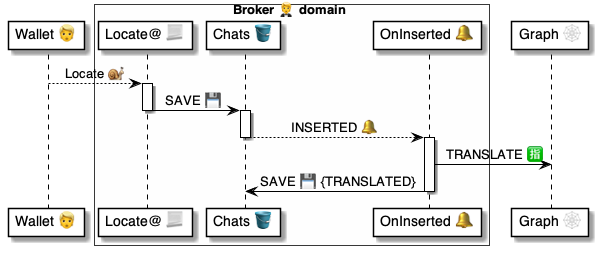
Above: 4 ⚙️ Solution/20 🧑‍🦰 UI/Brokers 🤵/🤵🪣 Broker tables/Chats 💬 table/🪣🔔 1 Inserted/🤵 OnChatInserted ⚙️ uml.png in pollyweb-org/pollyweb-docs (PlantUML), before the change. Its source is kept beside it as 4 ⚙️ Solution/20 🧑‍🦰 UI/Brokers 🤵/🤵🪣 Broker tables/Chats 💬 table/🪣🔔 1 Inserted/🤵 OnChatInserted ⚙️ uml.puml. Source of this version:
```plantuml
@startuml OnChatInserted

participant "Wallet 👱" as wallet

box Broker 🤵 domain #FFFFFA
    participant "Locate@ 📃" as script
    participant "Chats 🪣" as table
    participant "OnInserted 🔔" as handler
end box

participant "Graph 🕸" as graph

wallet --> script: Locate 🐌


activate script
    script -> table: SAVE 💾
deactivate script

activate table
    table --> handler: INSERTED 🔔
deactivate table

activate handler
    handler -> graph: TRANSLATE 🈯
    handler -> table: SAVE 💾 {TRANSLATED}
deactivate handler

@enduml
```
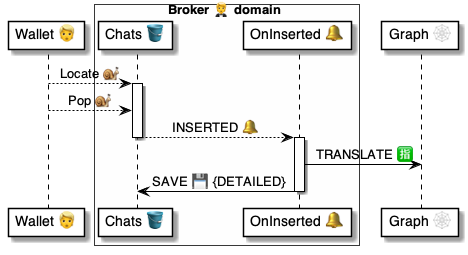
Above is the later version.

The edit, as a diff of the source:
```diff
@@ -3,27 +3,21 @@
 participant "Wallet 👱" as wallet
 
 box Broker 🤵 domain #FFFFFA
-    participant "Locate@ 📃" as script
     participant "Chats 🪣" as table
     participant "OnInserted 🔔" as handler
 end box
 
 participant "Graph 🕸" as graph
 
-wallet --> script: Locate 🐌
-
-
-activate script
-    script -> table: SAVE 💾
-deactivate script
-
+wallet --> table: Locate 🐌
 activate table
+    wallet --> table: Pop 🐌
     table --> handler: INSERTED 🔔
 deactivate table
 
 activate handler
     handler -> graph: TRANSLATE 🈯
-    handler -> table: SAVE 💾 {TRANSLATED}
+    handler -> table: SAVE 💾 {DETAILED}
 deactivate handler
 
 @enduml
```
